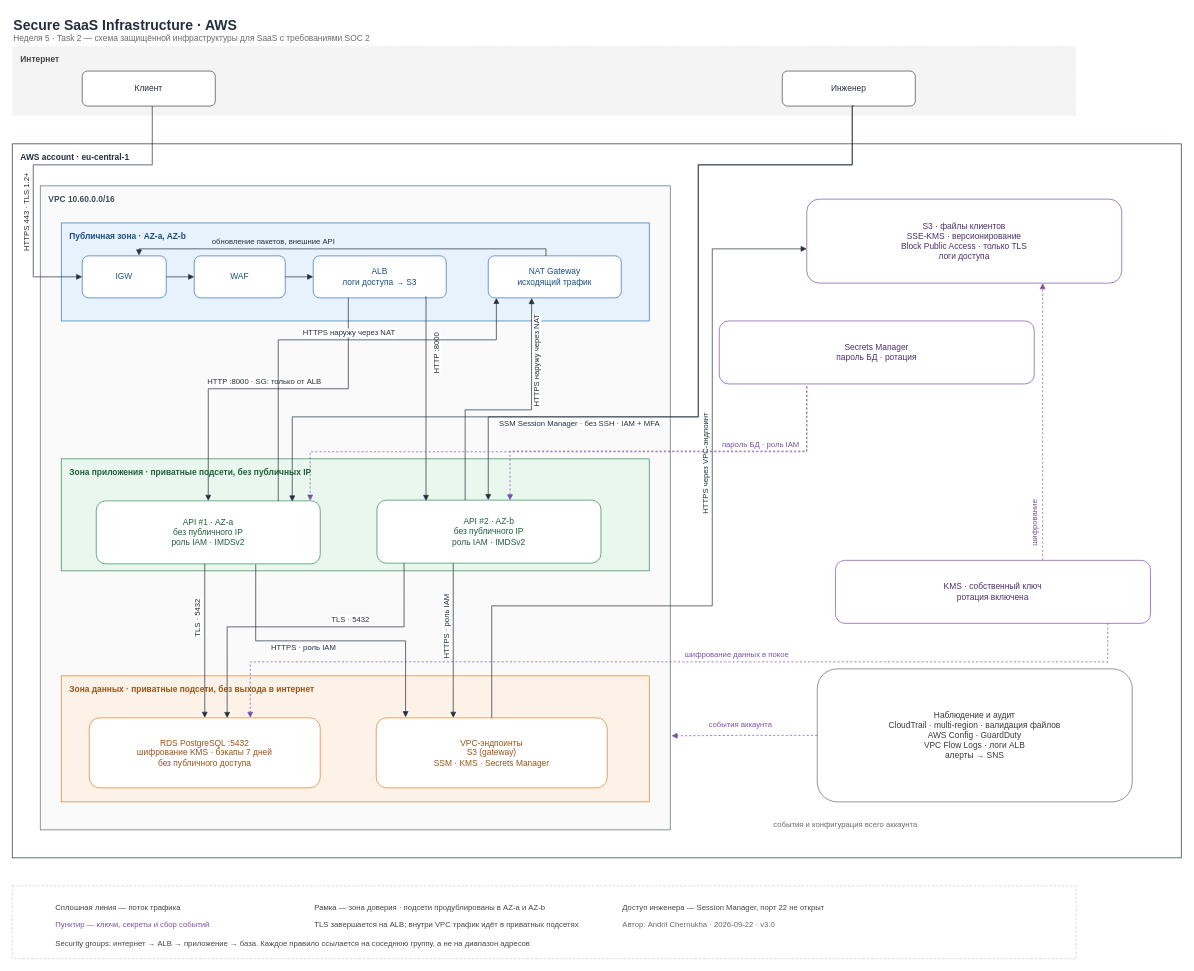
This is docs/diagram/secure-saas-wide.drawio from actimel33/secure-saas-infra, a draw.io file, before an edit. Source tidied: cells renumbered, new cells numbered last; positions are measured from the earlier drawing's top-left corner, leaving out a move shared by most shapes. Both pictures are drawn from the tidied source at 70%, with x=0, y=0 at pixel (12, 12).
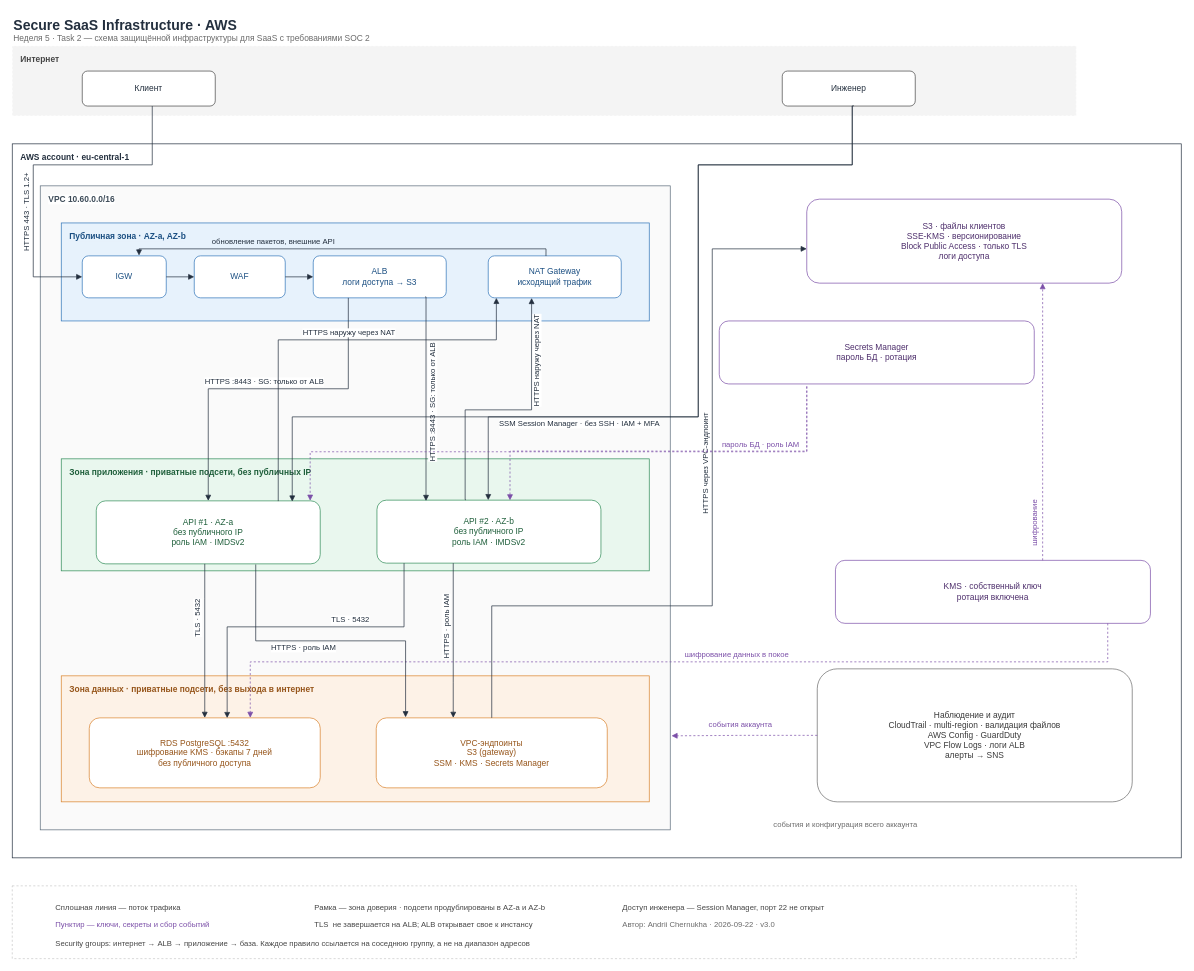
Above is the later version.

The change refers to these unchanged cells:
```xml
<mxCell id="13" value="ALB&#10;логи доступа → S3" style="rounded=1;whiteSpace=wrap;html=1;fillColor=#FFFFFF;strokeColor=#2E73B8;fontColor=#1B4F82;fontSize=12;" parent="1" vertex="1">
  <mxGeometry x="430" y="348" width="190" height="60" as="geometry" />
</mxCell>
<mxCell id="15" value="API #1 · AZ-a&#10;без публичного IP&#10;роль IAM · IMDSv2" style="rounded=1;whiteSpace=wrap;html=1;fillColor=#FFFFFF;strokeColor=#2E8B57;fontColor=#1E5E3A;fontSize=12;" parent="1" vertex="1">
  <mxGeometry x="120" y="698" width="320" height="90" as="geometry" />
</mxCell>
<mxCell id="16" value="API #2 · AZ-b&#10;без публичного IP&#10;роль IAM · IMDSv2" style="rounded=1;whiteSpace=wrap;html=1;fillColor=#FFFFFF;strokeColor=#2E8B57;fontColor=#1E5E3A;fontSize=12;" parent="1" vertex="1">
  <mxGeometry x="521" y="697" width="320" height="90" as="geometry" />
</mxCell>
```

Change to the diagram source:
```diff
@@
-    <mxCell id="26" value="HTTP :8000 · SG: только от ALB" style="edgeStyle=orthogonalEdgeStyle;rounded=0;html=1;endArrow=block;endFill=1;strokeColor=#232F3E;dashed=0;fontSize=11;fontColor=#232F3E;labelBackgroundColor=#FFFFFF;horizontal=1;entryX=0.5;entryY=0;entryDx=0;entryDy=0;" parent="1" edge="1" source="13" target="15">
+    <mxCell id="26" value="HTTPS :8443 · SG: только от ALB" style="edgeStyle=orthogonalEdgeStyle;rounded=0;html=1;endArrow=block;endFill=1;strokeColor=#232F3E;dashed=0;fontSize=11;fontColor=#232F3E;labelBackgroundColor=#FFFFFF;horizontal=1;entryX=0.5;entryY=0;entryDx=0;entryDy=0;" parent="1" edge="1" source="13" target="15">
       <mxGeometry x="0.02" y="-10" relative="1" as="geometry">
         <Array as="points">
           <mxPoint x="480.1" y="537.9" />
           <mxPoint x="280.1" y="537.9" />
         </Array>
       </mxGeometry>
     </mxCell>
-    <mxCell id="27" value="HTTP :8000" style="edgeStyle=orthogonalEdgeStyle;rounded=0;html=1;endArrow=block;endFill=1;strokeColor=#232F3E;dashed=0;fontSize=11;fontColor=#232F3E;labelBackgroundColor=#FFFFFF;horizontal=0;entryX=0.219;entryY=0.013;entryDx=0;entryDy=0;entryPerimeter=0;" parent="1" edge="1" target="16">
-      <mxGeometry x="-0.44" y="14" relative="1" as="geometry">
+    <mxCell id="27" value="HTTPS :8443 · SG: только от ALB" style="edgeStyle=orthogonalEdgeStyle;rounded=0;html=1;endArrow=block;endFill=1;strokeColor=#232F3E;dashed=0;fontSize=11;fontColor=#232F3E;labelBackgroundColor=#FFFFFF;horizontal=0;entryX=0.219;entryY=0.013;entryDx=0;entryDy=0;entryPerimeter=0;" parent="1" edge="1" target="16">
+      <mxGeometry x="0.04" y="9" relative="1" as="geometry">
         <mxPoint x="590" y="406.6" as="sourcePoint" />
         <Array as="points">
           <mxPoint x="591.1" y="406.6" />
         </Array>
       </mxGeometry>
     </mxCell>
@@
-    <mxCell id="43" value="TLS завершается на ALB; внутри VPC трафик идёт в приватных подсетях" style="text;html=1;align=left;fontSize=11;fontStyle=0;fontColor=#454545;" parent="1" vertex="1">
+    <mxCell id="43" value="TLS&amp;nbsp; не завершается на ALB; ALB открывает свое к инстансу" style="text;html=1;align=left;fontSize=11;fontStyle=0;fontColor=#454545;" parent="1" vertex="1">
       <mxGeometry x="430" y="1290" width="640" height="24" as="geometry" />
     </mxCell>
```
